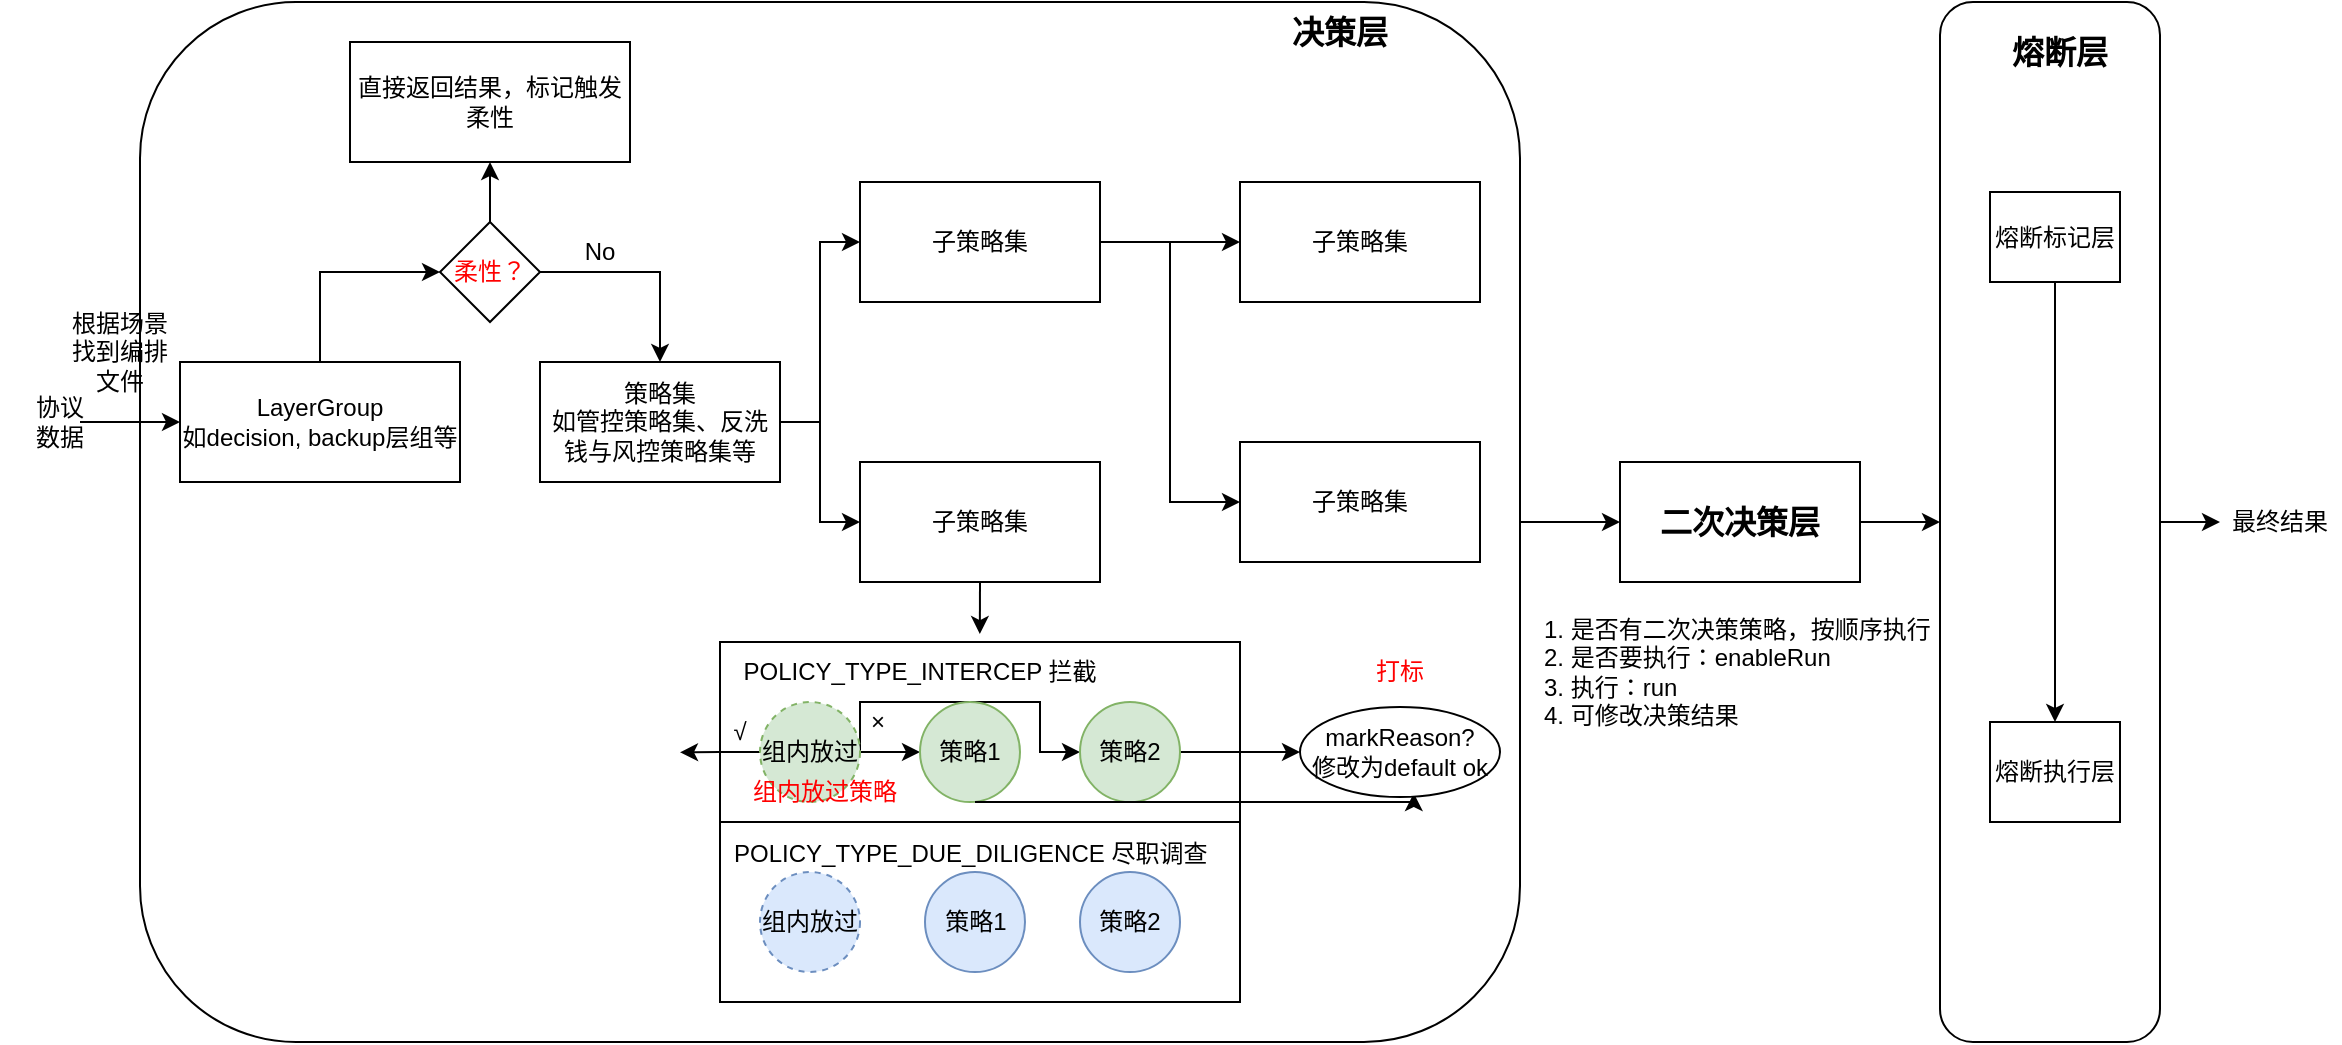
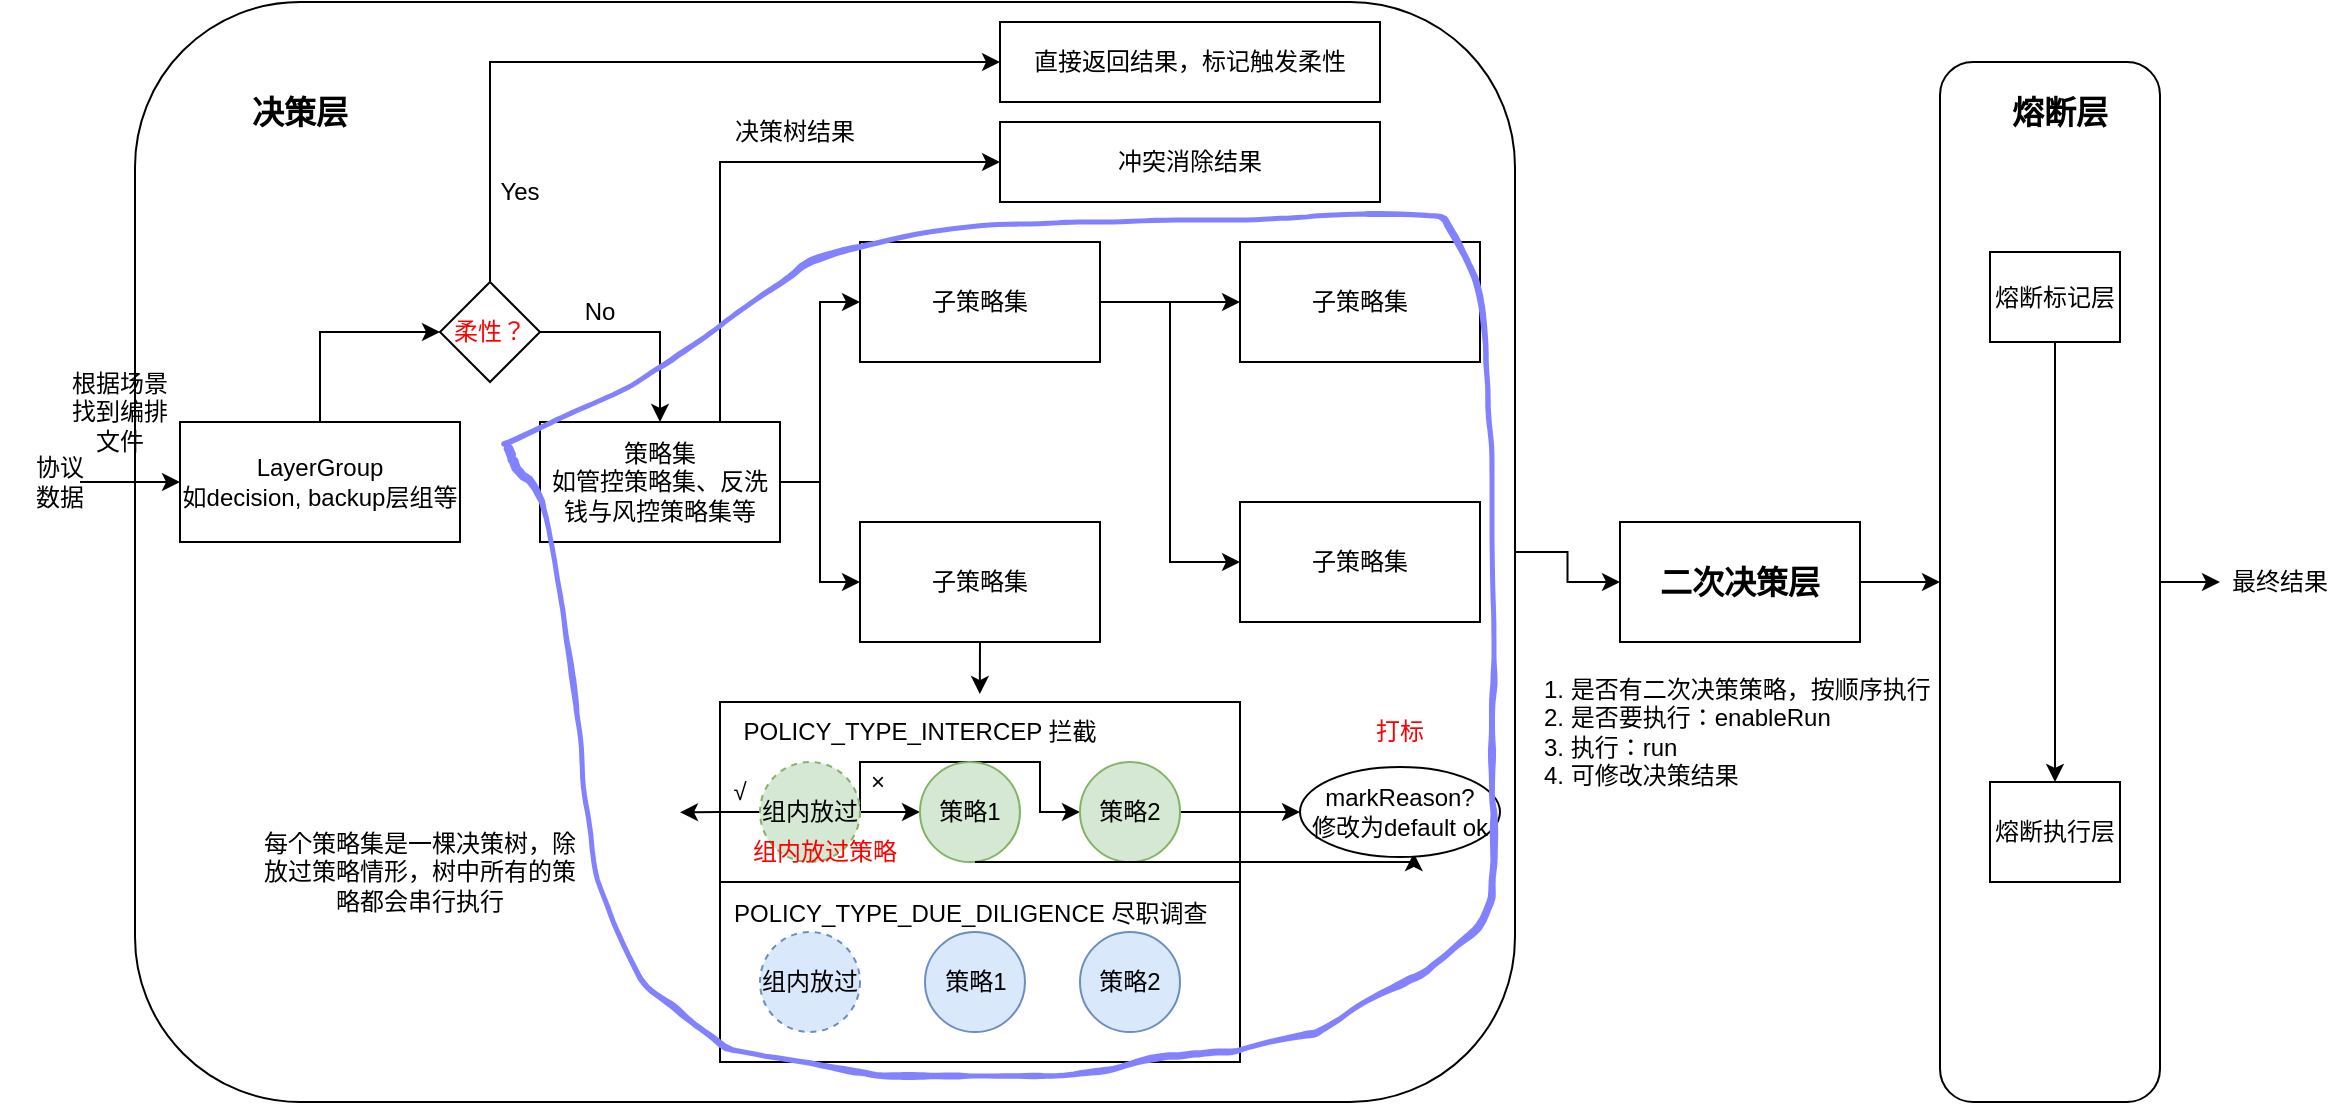
<mxfile host="app.diagrams.net">
  <diagram name="第 1 页" id="sYB70OHxxg49IoIIqcCG">
    <mxGraphModel dx="1994" dy="795" grid="1" gridSize="10" guides="1" tooltips="1" connect="1" arrows="1" fold="1" page="1" pageScale="1" pageWidth="827" pageHeight="1169" math="0" shadow="0">
      <root>
        <mxCell id="0" />
        <mxCell id="1" parent="0" />
        <mxCell id="rwJ8rHHhlLM3E3MmbTW6-72" edge="1" parent="1" source="rwJ8rHHhlLM3E3MmbTW6-60" style="edgeStyle=orthogonalEdgeStyle;rounded=0;orthogonalLoop=1;jettySize=auto;html=1;exitX=1;exitY=0.5;exitDx=0;exitDy=0;entryX=0;entryY=0.5;entryDx=0;entryDy=0;" target="rwJ8rHHhlLM3E3MmbTW6-67">
          <mxGeometry relative="1" as="geometry" />
        </mxCell>
        <mxCell id="rwJ8rHHhlLM3E3MmbTW6-60" parent="1" style="rounded=1;whiteSpace=wrap;html=1;" value="" vertex="1">
          <mxGeometry height="520" width="110" x="890" y="100" as="geometry" />
        </mxCell>
        <mxCell id="rwJ8rHHhlLM3E3MmbTW6-71" edge="1" parent="1" source="rwJ8rHHhlLM3E3MmbTW6-51" style="edgeStyle=orthogonalEdgeStyle;rounded=0;orthogonalLoop=1;jettySize=auto;html=1;exitX=1;exitY=0.5;exitDx=0;exitDy=0;entryX=0;entryY=0.5;entryDx=0;entryDy=0;" target="rwJ8rHHhlLM3E3MmbTW6-53">
          <mxGeometry relative="1" as="geometry" />
        </mxCell>
        <mxCell id="rwJ8rHHhlLM3E3MmbTW6-51" parent="1" style="rounded=1;whiteSpace=wrap;html=1;" value="" vertex="1">
-           <mxGeometry height="520" width="690" x="-10" y="100" as="geometry" />
+           <mxGeometry height="550" width="690" x="-12.5" y="70" as="geometry" />
        </mxCell>
        <mxCell id="rwJ8rHHhlLM3E3MmbTW6-23" parent="1" style="rounded=0;whiteSpace=wrap;html=1;" value="" vertex="1">
          <mxGeometry height="90" width="260" x="280" y="510" as="geometry" />
        </mxCell>
        <mxCell id="rwJ8rHHhlLM3E3MmbTW6-19" parent="1" style="rounded=0;whiteSpace=wrap;html=1;" value="" vertex="1">
          <mxGeometry height="90" width="260" x="280" y="420" as="geometry" />
        </mxCell>
        <mxCell id="rwJ8rHHhlLM3E3MmbTW6-46" edge="1" parent="1" source="rwJ8rHHhlLM3E3MmbTW6-1" style="edgeStyle=orthogonalEdgeStyle;rounded=0;orthogonalLoop=1;jettySize=auto;html=1;exitX=0.5;exitY=0;exitDx=0;exitDy=0;entryX=0;entryY=0.5;entryDx=0;entryDy=0;" target="rwJ8rHHhlLM3E3MmbTW6-45">
          <mxGeometry relative="1" as="geometry" />
        </mxCell>
        <mxCell id="rwJ8rHHhlLM3E3MmbTW6-1" parent="1" style="rounded=0;whiteSpace=wrap;html=1;" value="LayerGroup&lt;div&gt;如decision, backup层组等&lt;/div&gt;" vertex="1">
          <mxGeometry height="60" width="140" x="10" y="280" as="geometry" />
        </mxCell>
        <mxCell id="rwJ8rHHhlLM3E3MmbTW6-5" edge="1" parent="1" source="rwJ8rHHhlLM3E3MmbTW6-2" style="edgeStyle=orthogonalEdgeStyle;rounded=0;orthogonalLoop=1;jettySize=auto;html=1;exitX=1;exitY=0.5;exitDx=0;exitDy=0;entryX=0;entryY=0.5;entryDx=0;entryDy=0;" target="rwJ8rHHhlLM3E3MmbTW6-4">
          <mxGeometry relative="1" as="geometry" />
        </mxCell>
        <mxCell id="rwJ8rHHhlLM3E3MmbTW6-11" edge="1" parent="1" source="rwJ8rHHhlLM3E3MmbTW6-2" style="edgeStyle=orthogonalEdgeStyle;rounded=0;orthogonalLoop=1;jettySize=auto;html=1;exitX=1;exitY=0.5;exitDx=0;exitDy=0;entryX=0;entryY=0.5;entryDx=0;entryDy=0;" target="rwJ8rHHhlLM3E3MmbTW6-6">
+           <mxGeometry relative="1" as="geometry" />
+         </mxCell>
+         <mxCell id="rwJ8rHHhlLM3E3MmbTW6-82" edge="1" parent="1" source="rwJ8rHHhlLM3E3MmbTW6-2" style="edgeStyle=orthogonalEdgeStyle;rounded=0;orthogonalLoop=1;jettySize=auto;html=1;exitX=0.75;exitY=0;exitDx=0;exitDy=0;entryX=0;entryY=0.5;entryDx=0;entryDy=0;" target="rwJ8rHHhlLM3E3MmbTW6-81">
          <mxGeometry relative="1" as="geometry" />
        </mxCell>
        <mxCell id="rwJ8rHHhlLM3E3MmbTW6-2" parent="1" style="rounded=0;whiteSpace=wrap;html=1;" value="策略集&lt;div&gt;如管控策略集、反洗钱与风控策略集等&lt;/div&gt;" vertex="1">
          <mxGeometry height="60" width="120" x="190" y="280" as="geometry" />
        </mxCell>
        <mxCell id="rwJ8rHHhlLM3E3MmbTW6-9" edge="1" parent="1" source="rwJ8rHHhlLM3E3MmbTW6-4" style="edgeStyle=orthogonalEdgeStyle;rounded=0;orthogonalLoop=1;jettySize=auto;html=1;exitX=1;exitY=0.5;exitDx=0;exitDy=0;entryX=0;entryY=0.5;entryDx=0;entryDy=0;" target="rwJ8rHHhlLM3E3MmbTW6-7">
          <mxGeometry relative="1" as="geometry" />
        </mxCell>
        <mxCell id="rwJ8rHHhlLM3E3MmbTW6-10" edge="1" parent="1" source="rwJ8rHHhlLM3E3MmbTW6-4" style="edgeStyle=orthogonalEdgeStyle;rounded=0;orthogonalLoop=1;jettySize=auto;html=1;exitX=1;exitY=0.5;exitDx=0;exitDy=0;entryX=0;entryY=0.5;entryDx=0;entryDy=0;" target="rwJ8rHHhlLM3E3MmbTW6-8">
          <mxGeometry relative="1" as="geometry" />
        </mxCell>
        <mxCell id="rwJ8rHHhlLM3E3MmbTW6-4" parent="1" style="rounded=0;whiteSpace=wrap;html=1;" value="子策略集" vertex="1">
          <mxGeometry height="60" width="120" x="350" y="190" as="geometry" />
        </mxCell>
        <mxCell id="rwJ8rHHhlLM3E3MmbTW6-6" parent="1" style="rounded=0;whiteSpace=wrap;html=1;" value="子策略集" vertex="1">
          <mxGeometry height="60" width="120" x="350" y="330" as="geometry" />
        </mxCell>
        <mxCell id="rwJ8rHHhlLM3E3MmbTW6-7" parent="1" style="rounded=0;whiteSpace=wrap;html=1;" value="子策略集" vertex="1">
          <mxGeometry height="60" width="120" x="540" y="190" as="geometry" />
        </mxCell>
        <mxCell id="rwJ8rHHhlLM3E3MmbTW6-8" parent="1" style="rounded=0;whiteSpace=wrap;html=1;" value="子策略集" vertex="1">
          <mxGeometry height="60" width="120" x="540" y="320" as="geometry" />
        </mxCell>
        <mxCell id="rwJ8rHHhlLM3E3MmbTW6-28" edge="1" parent="1" source="rwJ8rHHhlLM3E3MmbTW6-12" style="edgeStyle=orthogonalEdgeStyle;rounded=0;orthogonalLoop=1;jettySize=auto;html=1;exitX=1;exitY=0.5;exitDx=0;exitDy=0;entryX=0;entryY=0.5;entryDx=0;entryDy=0;" target="rwJ8rHHhlLM3E3MmbTW6-13">
          <mxGeometry relative="1" as="geometry" />
        </mxCell>
        <mxCell id="rwJ8rHHhlLM3E3MmbTW6-29" edge="1" parent="1" source="rwJ8rHHhlLM3E3MmbTW6-12" style="edgeStyle=orthogonalEdgeStyle;rounded=0;orthogonalLoop=1;jettySize=auto;html=1;exitX=1;exitY=0.5;exitDx=0;exitDy=0;entryX=0;entryY=0.5;entryDx=0;entryDy=0;" target="rwJ8rHHhlLM3E3MmbTW6-14">
          <mxGeometry relative="1" as="geometry">
            <Array as="points">
              <mxPoint x="350" y="450" />
              <mxPoint x="440" y="450" />
              <mxPoint x="440" y="475" />
            </Array>
          </mxGeometry>
        </mxCell>
        <mxCell id="rwJ8rHHhlLM3E3MmbTW6-31" edge="1" parent="1" source="rwJ8rHHhlLM3E3MmbTW6-12" style="edgeStyle=orthogonalEdgeStyle;rounded=0;orthogonalLoop=1;jettySize=auto;html=1;exitX=0;exitY=0.5;exitDx=0;exitDy=0;">
          <mxGeometry relative="1" as="geometry">
            <mxPoint x="260" y="475.1836734693877" as="targetPoint" />
          </mxGeometry>
        </mxCell>
        <mxCell id="rwJ8rHHhlLM3E3MmbTW6-12" parent="1" style="ellipse;whiteSpace=wrap;html=1;aspect=fixed;fillColor=#d5e8d4;strokeColor=#82b366;dashed=1;" value="组内放过" vertex="1">
          <mxGeometry height="50" width="50" x="300" y="450" as="geometry" />
        </mxCell>
        <mxCell id="rwJ8rHHhlLM3E3MmbTW6-13" parent="1" style="ellipse;whiteSpace=wrap;html=1;aspect=fixed;fillColor=#d5e8d4;strokeColor=#82b366;" value="策略1" vertex="1">
          <mxGeometry height="50" width="50" x="380" y="450" as="geometry" />
        </mxCell>
        <mxCell id="rwJ8rHHhlLM3E3MmbTW6-34" edge="1" parent="1" source="rwJ8rHHhlLM3E3MmbTW6-14" style="edgeStyle=orthogonalEdgeStyle;rounded=0;orthogonalLoop=1;jettySize=auto;html=1;exitX=1;exitY=0.5;exitDx=0;exitDy=0;entryX=0;entryY=0.5;entryDx=0;entryDy=0;" target="rwJ8rHHhlLM3E3MmbTW6-37">
          <mxGeometry relative="1" as="geometry">
            <mxPoint x="580" y="450" as="targetPoint" />
          </mxGeometry>
        </mxCell>
        <mxCell id="rwJ8rHHhlLM3E3MmbTW6-14" parent="1" style="ellipse;whiteSpace=wrap;html=1;aspect=fixed;fillColor=#d5e8d4;strokeColor=#82b366;" value="策略2" vertex="1">
          <mxGeometry height="50" width="50" x="460" y="450" as="geometry" />
        </mxCell>
        <mxCell id="rwJ8rHHhlLM3E3MmbTW6-16" parent="1" style="ellipse;whiteSpace=wrap;html=1;aspect=fixed;fillColor=#dae8fc;strokeColor=#6c8ebf;dashed=1;" value="组内放过" vertex="1">
          <mxGeometry height="50" width="50" x="300" y="535" as="geometry" />
        </mxCell>
        <mxCell id="rwJ8rHHhlLM3E3MmbTW6-17" parent="1" style="ellipse;whiteSpace=wrap;html=1;aspect=fixed;fillColor=#dae8fc;strokeColor=#6c8ebf;" value="策略1" vertex="1">
          <mxGeometry height="50" width="50" x="382.5" y="535" as="geometry" />
        </mxCell>
        <mxCell id="rwJ8rHHhlLM3E3MmbTW6-18" parent="1" style="ellipse;whiteSpace=wrap;html=1;aspect=fixed;fillColor=#dae8fc;strokeColor=#6c8ebf;" value="策略2" vertex="1">
          <mxGeometry height="50" width="50" x="460" y="535" as="geometry" />
        </mxCell>
        <mxCell id="rwJ8rHHhlLM3E3MmbTW6-20" parent="1" style="text;html=1;whiteSpace=wrap;strokeColor=none;fillColor=none;align=center;verticalAlign=middle;rounded=0;" value="&lt;div style=&quot;color: rgb(252, 252, 250); background-color: rgb(45, 42, 46); font-family: Menlo, Monaco, &amp;quot;Courier New&amp;quot;, monospace; font-size: 21.6px; line-height: 32px; white-space: pre;&quot;&gt;&lt;br&gt;&lt;/div&gt;" vertex="1">
          <mxGeometry height="30" width="60" x="510" y="460" as="geometry" />
        </mxCell>
        <mxCell id="rwJ8rHHhlLM3E3MmbTW6-21" parent="1" style="text;html=1;whiteSpace=wrap;strokeColor=none;fillColor=none;align=center;verticalAlign=middle;rounded=0;" value="&lt;p&gt;POLICY_TYPE_INTERCEP 拦截&lt;/p&gt;" vertex="1">
          <mxGeometry height="30" width="220" x="270" y="420" as="geometry" />
        </mxCell>
        <mxCell id="rwJ8rHHhlLM3E3MmbTW6-38" edge="1" parent="1" source="rwJ8rHHhlLM3E3MmbTW6-24" style="edgeStyle=orthogonalEdgeStyle;rounded=0;orthogonalLoop=1;jettySize=auto;html=1;exitX=0.5;exitY=0;exitDx=0;exitDy=0;entryX=0.569;entryY=0.957;entryDx=0;entryDy=0;entryPerimeter=0;" target="rwJ8rHHhlLM3E3MmbTW6-37">
          <mxGeometry relative="1" as="geometry">
            <Array as="points">
              <mxPoint x="627" y="500" />
            </Array>
          </mxGeometry>
        </mxCell>
        <mxCell id="rwJ8rHHhlLM3E3MmbTW6-24" parent="1" style="text;whiteSpace=wrap;html=1;" value="&lt;p&gt;POLICY_TYPE_DUE_DILIGENCE 尽职调查&lt;/p&gt;" vertex="1">
          <mxGeometry height="60" width="245" x="285" y="500" as="geometry" />
        </mxCell>
        <mxCell id="rwJ8rHHhlLM3E3MmbTW6-27" edge="1" parent="1" source="rwJ8rHHhlLM3E3MmbTW6-6" style="edgeStyle=orthogonalEdgeStyle;rounded=0;orthogonalLoop=1;jettySize=auto;html=1;exitX=0.5;exitY=1;exitDx=0;exitDy=0;entryX=0.636;entryY=-0.133;entryDx=0;entryDy=0;entryPerimeter=0;" target="rwJ8rHHhlLM3E3MmbTW6-21">
          <mxGeometry relative="1" as="geometry" />
        </mxCell>
        <mxCell id="rwJ8rHHhlLM3E3MmbTW6-32" parent="1" style="text;html=1;whiteSpace=wrap;strokeColor=none;fillColor=none;align=center;verticalAlign=middle;rounded=0;" value="×" vertex="1">
          <mxGeometry height="30" width="60" x="329" y="445" as="geometry" />
        </mxCell>
        <mxCell id="rwJ8rHHhlLM3E3MmbTW6-33" parent="1" style="text;html=1;whiteSpace=wrap;strokeColor=none;fillColor=none;align=center;verticalAlign=middle;rounded=0;" value="√" vertex="1">
          <mxGeometry height="30" width="60" x="260" y="450" as="geometry" />
        </mxCell>
        <mxCell id="rwJ8rHHhlLM3E3MmbTW6-37" parent="1" style="ellipse;whiteSpace=wrap;html=1;" value="markReason?&lt;div&gt;修改为default ok&lt;/div&gt;" vertex="1">
          <mxGeometry height="45" width="100" x="570" y="452.5" as="geometry" />
        </mxCell>
        <mxCell id="rwJ8rHHhlLM3E3MmbTW6-39" parent="1" style="text;html=1;whiteSpace=wrap;strokeColor=none;fillColor=none;align=center;verticalAlign=middle;rounded=0;" value="&lt;font style=&quot;color: rgb(255, 0, 0);&quot;&gt;打标&lt;/font&gt;" vertex="1">
          <mxGeometry height="30" width="60" x="590" y="420" as="geometry" />
        </mxCell>
        <mxCell id="rwJ8rHHhlLM3E3MmbTW6-40" parent="1" style="text;html=1;whiteSpace=wrap;strokeColor=none;fillColor=none;align=center;verticalAlign=middle;rounded=0;" value="&lt;font style=&quot;color: rgb(255, 0, 0);&quot;&gt;组内放过策略&lt;/font&gt;" vertex="1">
          <mxGeometry height="30" width="75" x="295" y="480" as="geometry" />
        </mxCell>
        <mxCell id="rwJ8rHHhlLM3E3MmbTW6-47" edge="1" parent="1" source="rwJ8rHHhlLM3E3MmbTW6-45" style="edgeStyle=orthogonalEdgeStyle;rounded=0;orthogonalLoop=1;jettySize=auto;html=1;exitX=1;exitY=0.5;exitDx=0;exitDy=0;" target="rwJ8rHHhlLM3E3MmbTW6-2">
          <mxGeometry relative="1" as="geometry" />
        </mxCell>
-         <mxCell id="rwJ8rHHhlLM3E3MmbTW6-50" edge="1" parent="1" source="rwJ8rHHhlLM3E3MmbTW6-45" style="edgeStyle=orthogonalEdgeStyle;rounded=0;orthogonalLoop=1;jettySize=auto;html=1;exitX=0.5;exitY=0;exitDx=0;exitDy=0;entryX=0.5;entryY=1;entryDx=0;entryDy=0;" target="rwJ8rHHhlLM3E3MmbTW6-49">
+         <mxCell id="rwJ8rHHhlLM3E3MmbTW6-50" edge="1" parent="1" source="rwJ8rHHhlLM3E3MmbTW6-45" style="edgeStyle=orthogonalEdgeStyle;rounded=0;orthogonalLoop=1;jettySize=auto;html=1;exitX=0.5;exitY=0;exitDx=0;exitDy=0;entryX=0;entryY=0.5;entryDx=0;entryDy=0;" target="rwJ8rHHhlLM3E3MmbTW6-49">
          <mxGeometry relative="1" as="geometry" />
        </mxCell>
        <mxCell id="rwJ8rHHhlLM3E3MmbTW6-45" parent="1" style="rhombus;whiteSpace=wrap;html=1;" value="&lt;font style=&quot;color: rgb(255, 0, 0);&quot;&gt;柔性？&lt;/font&gt;" vertex="1">
          <mxGeometry height="50" width="50" x="140" y="210" as="geometry" />
        </mxCell>
        <mxCell id="rwJ8rHHhlLM3E3MmbTW6-48" parent="1" style="text;html=1;whiteSpace=wrap;strokeColor=none;fillColor=none;align=center;verticalAlign=middle;rounded=0;" value="No" vertex="1">
          <mxGeometry height="30" width="60" x="190" y="210" as="geometry" />
        </mxCell>
        <mxCell id="rwJ8rHHhlLM3E3MmbTW6-49" parent="1" style="rounded=0;whiteSpace=wrap;html=1;" value="直接返回结果，标记触发柔性" vertex="1">
-           <mxGeometry height="60" width="140" x="95" y="120" as="geometry" />
+           <mxGeometry height="40" width="190" x="420" y="80" as="geometry" />
        </mxCell>
        <mxCell id="rwJ8rHHhlLM3E3MmbTW6-52" parent="1" style="text;html=1;whiteSpace=wrap;strokeColor=none;fillColor=none;align=center;verticalAlign=middle;rounded=0;fontSize=16;fontStyle=1" value="决策层" vertex="1">
-           <mxGeometry height="30" width="60" x="560" y="100" as="geometry" />
+           <mxGeometry height="30" width="60" x="40" y="110" as="geometry" />
        </mxCell>
        <mxCell id="rwJ8rHHhlLM3E3MmbTW6-53" parent="1" style="rounded=0;whiteSpace=wrap;html=1;" value="&lt;b&gt;&lt;font style=&quot;font-size: 16px;&quot;&gt;二次决策层&lt;/font&gt;&lt;/b&gt;" vertex="1">
          <mxGeometry height="60" width="120" x="730" y="330" as="geometry" />
        </mxCell>
        <mxCell id="rwJ8rHHhlLM3E3MmbTW6-56" parent="1" style="text;html=1;whiteSpace=wrap;strokeColor=none;fillColor=none;align=left;verticalAlign=middle;rounded=0;" value="1. 是否有二次决策策略，&lt;span style=&quot;background-color: transparent; color: light-dark(rgb(0, 0, 0), rgb(255, 255, 255));&quot;&gt;按顺序执行&lt;/span&gt;&lt;div&gt;2. 是否要执行：&lt;span style=&quot;background-color: transparent; color: light-dark(rgb(0, 0, 0), rgb(255, 255, 255));&quot;&gt;enableRun&lt;/span&gt;&lt;/div&gt;&lt;div style=&quot;&quot;&gt;3. 执行：&lt;span style=&quot;background-color: transparent; color: light-dark(rgb(0, 0, 0), rgb(255, 255, 255));&quot;&gt;run&lt;/span&gt;&lt;/div&gt;&lt;div&gt;&lt;span style=&quot;background-color: transparent; color: light-dark(rgb(0, 0, 0), rgb(255, 255, 255));&quot;&gt;4. 可修改决策结果&lt;/span&gt;&lt;/div&gt;" vertex="1">
          <mxGeometry height="60" width="200" x="690" y="405" as="geometry" />
        </mxCell>
        <mxCell id="rwJ8rHHhlLM3E3MmbTW6-64" edge="1" parent="1" source="rwJ8rHHhlLM3E3MmbTW6-58" style="edgeStyle=orthogonalEdgeStyle;rounded=0;orthogonalLoop=1;jettySize=auto;html=1;exitX=0.5;exitY=1;exitDx=0;exitDy=0;entryX=0.5;entryY=0;entryDx=0;entryDy=0;" target="rwJ8rHHhlLM3E3MmbTW6-61">
          <mxGeometry relative="1" as="geometry" />
        </mxCell>
        <mxCell id="rwJ8rHHhlLM3E3MmbTW6-58" parent="1" style="rounded=0;whiteSpace=wrap;html=1;" value="熔断标记层" vertex="1">
          <mxGeometry height="45" width="65" x="915" y="195" as="geometry" />
        </mxCell>
        <mxCell id="rwJ8rHHhlLM3E3MmbTW6-61" parent="1" style="rounded=0;whiteSpace=wrap;html=1;" value="熔断执行层" vertex="1">
          <mxGeometry height="50" width="65" x="915" y="460" as="geometry" />
        </mxCell>
        <mxCell id="rwJ8rHHhlLM3E3MmbTW6-62" parent="1" style="text;html=1;whiteSpace=wrap;strokeColor=none;fillColor=none;align=center;verticalAlign=middle;rounded=0;fontSize=16;fontStyle=1" value="熔断层" vertex="1">
          <mxGeometry height="30" width="60" x="920" y="110" as="geometry" />
        </mxCell>
        <mxCell id="rwJ8rHHhlLM3E3MmbTW6-67" parent="1" style="text;html=1;whiteSpace=wrap;strokeColor=none;fillColor=none;align=center;verticalAlign=middle;rounded=0;" value="最终结果" vertex="1">
          <mxGeometry height="30" width="60" x="1030" y="345" as="geometry" />
        </mxCell>
        <mxCell id="rwJ8rHHhlLM3E3MmbTW6-70" edge="1" parent="1" source="rwJ8rHHhlLM3E3MmbTW6-53" style="edgeStyle=orthogonalEdgeStyle;rounded=0;orthogonalLoop=1;jettySize=auto;html=1;exitX=1;exitY=0.5;exitDx=0;exitDy=0;entryX=0;entryY=0.5;entryDx=0;entryDy=0;" target="rwJ8rHHhlLM3E3MmbTW6-60">
          <mxGeometry relative="1" as="geometry">
            <Array as="points">
              <mxPoint x="880" y="360" />
              <mxPoint x="880" y="360" />
            </Array>
          </mxGeometry>
        </mxCell>
        <mxCell id="rwJ8rHHhlLM3E3MmbTW6-73" edge="1" parent="1" style="endArrow=classic;html=1;rounded=0;entryX=0;entryY=0.5;entryDx=0;entryDy=0;" target="rwJ8rHHhlLM3E3MmbTW6-1" value="">
          <mxGeometry height="50" relative="1" width="50" as="geometry">
            <mxPoint x="-40" y="310" as="sourcePoint" />
            <mxPoint x="-30" y="340" as="targetPoint" />
          </mxGeometry>
        </mxCell>
        <mxCell id="rwJ8rHHhlLM3E3MmbTW6-74" parent="1" style="text;html=1;whiteSpace=wrap;strokeColor=none;fillColor=none;align=center;verticalAlign=middle;rounded=0;" value="协议&lt;div&gt;数据&lt;/div&gt;" vertex="1">
          <mxGeometry height="30" width="60" x="-80" y="295" as="geometry" />
        </mxCell>
        <mxCell id="rwJ8rHHhlLM3E3MmbTW6-75" parent="1" style="text;html=1;whiteSpace=wrap;strokeColor=none;fillColor=none;align=center;verticalAlign=middle;rounded=0;" value="根据场景找到编排文件" vertex="1">
          <mxGeometry height="30" width="60" x="-50" y="260" as="geometry" />
        </mxCell>
+         <mxCell id="rwJ8rHHhlLM3E3MmbTW6-81" parent="1" style="rounded=0;whiteSpace=wrap;html=1;" value="冲突消除结果" vertex="1">
+           <mxGeometry height="40" width="190" x="420" y="130" as="geometry" />
+         </mxCell>
+         <mxCell id="rwJ8rHHhlLM3E3MmbTW6-83" parent="1" style="text;html=1;whiteSpace=wrap;strokeColor=none;fillColor=none;align=center;verticalAlign=middle;rounded=0;" value="Yes" vertex="1">
+           <mxGeometry height="30" width="60" x="150" y="150" as="geometry" />
+         </mxCell>
+         <mxCell id="rwJ8rHHhlLM3E3MmbTW6-90" parent="1" style="shape=stencil(lZ3JkiQ3kkS/htcQ7Mt5lv+gSFc3Kd3DopDsWf5+gOFERqYq8qHqxsUsw90BGGxRU/sh/8vvP/3465cfUvj9j9++/v3Lf/38lz9++iH/6w8p/fzLT19++/mP9U8/5H/7If/LX7/+9uVvv3395y9/+fPff/1xS+5/+o+v/7n/wn//qRceMW2lFP7nz/+Q2qP2//sv//6n/D9+/uWDfIsqn0E+PkJR+VhJvoyP8vUxE8nPpvINnic9SlX5PD+Xz4+QVD7C8+Tn13uTL48RP5cvj9hUvqJ8ryof4fnX28n3zI8Bz98eYap8ge/Znn/tnXwYn8v3R5X3TY8Gzz8eOap8hueftt/WDoHnn48+VL7C88TwqEEVEm3Q+NzvbwrhMQMqjKAKtYDC+iJNFfCR0vNIPRXifAxYtLj2QFaFSr+QH7OoQsygUPRcxvHorDCmKtBBjuskFFUI9Fnro3/8rLE/D99ZYVm2ogqFPmt7fsR3CpEVdOEaL1x/pK4K/38AP1PoQRVwL43nE78pVH6k8bTP7xTI4q2dk4IqkAleCv2jzVibhfbS67i8U8iwNZaCWI214QfdOtE23zpS8NJLQbd3wntwX2xFFQor6BFNjwB2aV8EohBxLy2FOVSBjMC6yoq89PrQ9A7ladvfKdDtsK7D8nEvTbwdlrws9Hw0MAHJTMDkjbROYxZ5sklLXtydZSVJvuvVMHhT9Oefe8lH+vtD3YX+GLQlhn7/5Q+Asdivl0Q+07FZny+KPH7PZVs+rm97Lvhn8i2LPF06e3tFkSfvKC9L9HG9Knpr2dzxit77kpdDX3F/5qj3R0Vvc8k3ff4AJ37Jz4/7p6BvlJPun/K8pD+TH13kG+yfnB85i3yhv58fXf8+2Z/85qy/5BO9b3mam5d8oOepj/RxP7w5Yp/JjyryFK3kpvstPw/EWb6rRX/zJM/y43krvuTJIcpT5dPzwJ2jp+DyDb5niU9z+ZKn5y9JHeX0SCSf/XkC3C9lbS9xk/G8lLUf5M5+btizvLuweN+VruFWxFBlyeuFjfdRGebwor0qU8/7mwE7R8fheV29k4e/X6M/D61vdScLvenqLhNH90Xvl4j3da3mGj8v8LO8Ryhoz2tX+xOfF/Jn8vb85IPWofYnPC+Qs7zd71d52Z8s34IGMxf5+EyWfaN80vs3PB3As3x+pKny8P1bebovL3ny31p9umvv5GG9WvPvQ/5V6xpzB7RXbeh5D+gPNPPHWL6HZyz7jfJR03MX+fSo3yVv/slFvqh/fpX/vveth/UF+9At3lkHiLKFXdOXSx7sZ7dsREB/eMlPfZ4K912fvv8r7P8R9P4NzzzXZ/JD16vQ31/XcxB5io9G0vR0wPtrZPU/wyPC9xxF48clT89Tn9vlJU/30Wjq/yx5ep6m911A/2p0TdYGvL+WfNX1ovtrjEfW9Qqwn8d0+0/37wx+Xuj7zKj+asAMzUx+X5B/MrN/zwTff8l3/T7kv82DfUv0PG/h3LvzwvJ2HinemdX9Z/z+lo+KGJ8u+SblGTyPS17ux4QZ6dme4eW7eAr285IX/yo/N+Bn8tXiU/qeTe3JW4rwM3nxnzn/MLveFxXt+ZIX+1P5+bu+b3sagM/k5T5tzwPxmfz4eH7XC7H81Hwdvu/Q8nBH/3PJp4/Pw/nGJZ9VnooHS75YfpXlLb+K+3nofRoDBvxbwVLWWG8c6iHuLDp/IikH7jw9v7PkdJYCBfFLYcov5Gca8lMFq2ZQcWIrSFhb0C+bU8vusWJgPq3uuxRwpefTEXhTaFiGOih0jLW3wlCFTsZrPn2lN4XBp3MqeGDXymi3eiltYn5wTj3P2+GlzTfV4b1kMLZCVQUKEQ8Kie9wywFsiAKvdE6qQJiSrWAgjkwnblqa8HJPTc2j7soUnbipgeW+efiziuXbpRMyAvMZib1ToPL4tNrJvhy+T2HeTpwrUFnWFXZB5bt+IUcsEBwU0nUdRCE/d9e3KlSMAQ8KHSE4W+Hj9i6B74epXnxZbiSvtFyKpdyMQJc6SrtZPsEplX4z96ow2DWf6oqVeTOVolAvvoYrRIyut0JRhYshk3R4TddfGKpwOQ+SgKv5ZvkkQ7MULkdUS5zldh70ka6bT4KqWjlKnc+i2juFwe8gYU9tHLcZ5KV2Djyn+q31bgRkpcfVzJgC5aIPCvNqW6cqYHRidqkFLCdthaQKg7+SGLLGBaut0FWBMq5u+VrCEuk0hGNLt0tRHyljEnIrCCiCq9S+W5cChrm20q0i6tj3UmtXb6arQr/sVlHoDEz1zfcWvH+q8NEYt3GLgcTMtOuVpeiUyekks61tYv5+TsUrdU4Ib4WhCpjxmZbRuMBrw1uK9k2Dz+hJg6Fyh4e6xij62gmBP9MKlbs0dHmkpgpUutsKH01ZZ2yLb45dTbpc7QLWYjSSuyf9Db/yjSeit2fC6RvP3FK4fCUx+L1jhd+v9t4RcH74hXGLqPUdxs1j0keat0MqVbA+b6GfoLtHQAjvjqiDKlzcdQFW7VLaJen18QCN+MwtfppWi6qA96hhFUa6pdWkOLHLdZdsqylg+rTrARqZz0PXNMJgwNdOqNsvYOjX9FocFzPTNMM0Ls5DtYWrWGTcRZmiCuh912fS/Z0CWm/r4hmNL96idaKlgNdi0XzoLoVypU6cuNE5zZy1FDIutYSstbpxyYcmW7iB1dKZ7AANvhSjGYHBeelohmwgYHK+Id7fKRDiZwZN9+8aMP1C0BLHUkDfOGiNcinQSw8z92PiSw+zrfs3L2XxrArUHrF3TlQFCpuG2aW1MrS913GRLNlee3qHpkZgMtZyGJZq7V9qjRxmZpYCoS2XYZQYZTI8dimkj0d0HVqq14+seMilUBlQIv1/k93QkTXd/zJtZ4WkCaOlQNfuSJrenIVBOkmv3Zc9PyuYmZkFi4Qb1iNbozKOJirucjJQf3tHRRUQCRS0KLIU6J7uVlDY9yphw4amNyc3MyyFYC9N67Bdc/sFKt8v57/IwjXEx6x4RFzppUAhTa9a85sND9CKqQRxNDlR0YvW/JYC+a07LhyqQFfWjjzlkTp/paTh8eS+xx09V1OgR4oaWt4Viv0CXbv9DQj9XoGhpM1+gRKo3U9cx4u9BzsPHW/RZlmyrQBnein4OlCKtlk/1uSySxsaDmwFRgBHeyRq6dhZN/uslMNaCoo5uSoE+6yo0KzLsOOZbk1ZEmZn3HO1e7pjpLiB3nZEyVQuBb2nO0PbDVq3wlkqWThWfQ60Gi0rEGbDjWh7Z0UK7JCc4fnqhg7efMm+0sAcWYuHd5j00tEQTxOj3aUgkL/JIJL2xkbwToHQDktBQHY7H0RdHpYqfyWQPlNQ92diLLr7SOyRyJWu1uj6AkycFazz7VXEOCs0u3YnnumlINjgyWFZNfDoq0D8mYLa1ontIbWcfoH6r4oFfhMLbEsh2NagkGZXi+2zElZtKai/dFFICoSZDDLcTWR2gMgY7zK/HVH8rMHa3HnhytRc5U3BYIxbgTsF1ee7KmT/SqTQtCx/e4emzZeXhSv1sHAEnytVcV6TK9RLQf2li4JRJtweKWtZ57K9i3G/XE7cUgj+legXPACfmDNeCtmPKBygEg+2lZyTpSC/8K4IeNYIame+QUM5QS4a2Wp4l9fIU9t97grKX8FfNr+Vlr5xwy4FTWLxdsrd0mRsB5aChtR8keamqe8X4u0zBTccVMPL1cJR5k/KJ8NBnmguFkKwU5aLEmtd3L6cLZk4sZcqJ7M0A2+tnOxuHwhcdzaL7eAzfcewX6C6SxqnMIgJVzRj1JmhpSnDwOzMqlMPv4AcM8WOaMc88+7JsV8gwPQmdfCMEWzvzeqQVAH5k5K5Gw3P9O5zsrwa8gJ6xqgx1Uy0THZFU/lqzX+f36R1CBYGVWbjCZbfZOKraGCyycD1OLW/cGfj+RfUockYBm3aN1OgnFS0qvmuWbCClORmwjMduzmWCSvOS0EjgoTxa7S20xnxno5NMR5LgerysZnLxMwV0armuzJJNG3V0pXcu7wZ/KxKSOXdaM2bgxHWS0E8gaWAzHFZb9ExsN88ZjXGo6PruhQk2zLYtsak2ZZReR3sFh0FcyHRKFcHk+5EyxgNZq2JwbAF3BYbwwkvRLSFQSPkPhmdrMnHPrgLT0OU3rnury/Q+c6dWnjdpSeUjwL/49LX1CXr3HBkDXu7jETlcvuemUvT1reauISqmOQe0cMYtl6RG/8V59QDXrVDvbbG3vPQvO/G8uL3FAdpo4upTK7XbGOgY9cieatc7tIW0QvEu2vaujF9ZTfoMoMnukHOAyKuuvrAlQPhrla3TsReW42oDkwPGy/jZkJC2mSxD5ULb133W73UcDXpuZmf8HnEl60MYOuaPq+ViWK0uloZbdA0ZHkxY30mn1T+QnPdVJ6u7aaOdc14CVsKoiYut1mvTMIuQePtq9xmYjw9lYnFmt53OwVNZSrjWZwYnjWNbHYCGv+++PilY6mj6X7b2WQqK6j9LJXLEJp42JleyuBrIaUUBGJVDUYL9+xUvb9Kwrp81fChcLxRjecyINazqn0oTFxT1D95MUF+Ii8J4Dywf9oAupnJwi3HkjsG0kXvl82sifJS0FnymFw2XhYec1DUnufCxRb1N3Y+kfLEam9z5ryyBmKZxxBkBZsteQLMZc2954T3XVZ7suQJ0Wq8jzmiPUl63nNEsJwhnZc8RbZJ46PMRIJGP56ZiC8eGunJP4mK5VjyPBYkCI8Rd5wEtc+J0+FB45E0MRdhYK7E9iQYu8JALFdQoNX2YGG/BeO44NEDwUg0OIlsvNSJ8XSGXbuwSVjBentouF7Cq5R4EEJQ+/zy6D6Rl/za9e8rz1bDnGKwsTWdUyg2huYyKUL9mcTdqVHteeL4wiovibvYgsaDiSFxljFKXEbxsURMRhJszBAj7oxXbz8/2Oeg/tL+Pmgf/HzRfXqSp/g0aPx4IQoLylObGt7XQfOgWx7/vtTV7ucxfZ/8sPNO+YfTfqb47nvl4+H7Y5eyre9A/z+aPRxYWzKe/sQowWhjkhiRl8xeTS6D6n20/AFqz0nm7wW8360WnZnI0UBgmfOH2fxz7hbKWiHKEdtgsoKWM4/Bsva/PQmBcEQ2N4AbQ4vat5zxfiya71rxAlGmFLUnueD+KbYfmASpaGk185i5ov7hir/ovivm/3fM91Yll8sdO4SqQmozA4+rxYPsD1f1zwvX5qrC0Ha8T9BSXa8SMf6qav8LV1Sr5utKRv+2adGs8Fi9ppXFF3Lvs/xVVXkCPBjPcWlMhK7xYOHe2qbAsMLj1prloxjx1E7cVpyPNaYqri8EkydYQdf4vSasp3TNX1Umzek2t4fnezmPLA9q6Xoea8F8jtcjmIujqz9cmW+z61yIymM3bexjbZif6Wof6qUtTvMPtWF+w+tB3CrVLd/O7TBd84d1YD20G1Pb5H41Oy8MmR0aDzbOxw61by1e6rOSX2pMHD3Uv9r1RPz7yeqVFP/a2NDWLvVWred2bnzWevGu51KDrhGJMdOScfj2CzG+sfvwIJWp+bQemdhM7eeu14M/YHQsPTNfhfonG29AbCzqT3buqJ7qT/bKdHcan27iIKJi0XxF70xraFxJTL8XgwE+LuNOg94Am9SHMkbBRv8Fno9qOakRGEdnQzBHxKJZjIr6GEwWGZOG2YMHeS4F8VNGRa6kmG2gYsOL9QApu0yRtZEGmx2DUunODTOw1rmnocrCTQzGovPbcLV2T3QVqCvPrYhN458NHgT78hpj+06BLrToTbmRKw5G3b8UEEfXDVzOTNZxGCCYCUCi3VIbV3oB09ovEEwmGu5rs/YwIFibEDnQik4LkTFyfU1IeadAUJYUDBBc8AB5Mv7C55GidYRXRtRHDUc39JvKezamfjZch5Ssq72hA7MrmsYjQRn/lO1MN4avF2NIaLzSlpSZTL6XqvU6M8rJw+TZcf6mxzkXDobk/VCXdo5pDd4drUa2Us3kVNFuq5Ejyr5qzrZw7GvsKahNFWh7Z7uyJlMU5hNZAOUrcjXrPTABuvN/9g4U4e0EoDWyYYq4GeXORJqUbEmIySDE7H0Hk8fReivERFN5bPej83BsKMS+tFPLIo4oPjVF4oxQ67vcCpTrttbOm4J1j94VvD8V3+HUAYt4o1OPLRUYj128iLA69QnjbNdTJzL+wqnXGUFNp25qfOlT2yVt72NHOD7SqXUUJwqfutoJCXXsmycn8diZT9iRY+8/KpzYBUjhyF9AL31kSCBv5sjBgAWFE8sDLdyRR4K295Gp4qJwWDg4cbVYi9ZEztsjnwd+pRNjCK5DPb00/YLRv95e+nTtkm3dmWAzAoi9HQdTSRd7Pd2iWF2zQU+vEVyfKSjZGPdet2BN80xs2jzKGhg0tXjq7qZHstnrk3sqdora/FYC3ezJCd/l6DaDHVxc6ZYPC4d1QqPhvYQDrVgAzkjBPWrBFMgI7Ez7dzWcN/e9ufi9FJT5kUnUm9+iHeGvzSkeeD7KkcONsqFHljhKeTVPF10UrCazFeilh11ZDKpcCuqRMYqrGU37jtjpF6yPcivAO3QDql5yAt2QZZspgEhBg6W8eOZmd7vE2P0DGWXDuRwHusvG3WTp8A74CzZHfCvQOlga+5L98cnjk0cYdffuG4Y0rw7WdwrYg1btUqyYOdk1n6kKhGrpzjJd8Qbq1od5Y9V137sikHNPLJfNx51xe2R5UgUq9Y1gFwoP9xzRvPuCW2MpKCdEQd97GPxwcjlxKajPx0nmkbSGMjMasl25MgVKeQ2rNE1u6VoK/kiXYe16x3GT7ijG85LQzCwFpR1NvA42D3tGrGUNJzblMR7DU8CXzvBmUVbA+2GPQTAye0oiDKOwHZPpwa0bfkxeByuX74ofcaLbXL/B2dBpgPrbJIWgGd1xmScX1RMYg2fVR5sswtxNh2kQ1wEVgjJZCjhwK9kkBSZcnkmzP6PznMusQN5dn+a5HzrshImSphe0L5Nli3IZLAWcLOI8L5UHMpbDhBec5VNtBAbz60+rNI3C+BFLDA4GPG9nx7AOOMCo2aAQhhxOw0DuO4mnBUn8cJtH1O1MJx5VNfQGGhGrNDvctqlNhKvbBM5GPUNMMtNyMyPwmR5a/Noe1GW2uQwlY+7hadmffpkh4+ir6wQwsRqdqbWnzQXv/TvngnduYJsGLFjeOPne06Z293ZbB8WQ1dt8dgkHer3N3JNI8T4RT/Ia95l74i/dp/rpO1znBkrn230yoRiy++xDXYfrdEVVuA5Z1UfiGZGHl75OodR1uM65dAKhywjUA+PQZR1kBOq4zeqUwlG7TM+aBrLtbL2N5eo+M1UVrlNZ0/fOfRUzc58sq0xO19m1KanC5ZHEet/n70oz0H3Cr2R07zOE9ZGuU4rlQrnPQZb74T5pWTou7rOcZaXv06JlL93nUavCdeK1K1xmaqsCt1EfFSja9RO3J4/zlSXXbr3folUVbobMel8I++Om8j4BXpzE+4x5pTu6TrHX/pp020uCLloKt5ms8tKR47h5onjidVCFcNsaolCYr9PfoTD95rTkZuHxQi8oxJtCu83UlvC4lNv2Fk+gJB6Aat5MucYPkrvP3DtwUODm2INC5u4HV0icE3CFeDsPqhBuR1QZSHhmxlGBKM8OCoM5O61attvELr6GsU7g5FoLy1704t/oCexO24tzElWBCqkvZMObAjNF+WDmTQZF7s8wrp+LMR5KZpkuEYorMLL/qHBJhKhCwIrfRmfIuAnOGU9jXI2cAp5D83yRQb0vRO6bwoUjdyi6KHY+ca7QmLXXxjxFpumbxhu7FNAYD0WExHJLFwmMPmZ2Q4e6DrsHiX9B3J+YOGgaegMthcs66HSUyDPsrX0zMgH0tNaYeJn/PpTgODJhwQbNSx2If8BGp082MtYBPNj36VqcHrwGVmXq3JBpHeSX0LtbQIa1wWkMr9ywPa3jv/H7Nq15VX7fpjiQy0F2RlIOMpp2VTBhhE+hz+ye23TozGPAjbEjcaqx6oFJ/PdtwExk17zo81+iC5sEF9hdK/r8XJV9jZ14yaP/aIyPlzJA0nRb4FpJ1FTvxcAZI1dARPSwdEfgodZm05nAcXQ9X0z4O2zExeX5m2I+wq2un3U/kOc7bFIzB7OjaJnn8n1sXFJAV2WX1vR70n0xjHEzIAht92YnkadyyjCGucC4O+vrDFi+7Oa1c76vG2NEQE+ud43Dww3rpX4Z+g/dgOvs0XRjII6M2zL83EXeEH0X+aQMFhf5qP7MRT583/u2qSDJiPmuNhQZcZHv6j9c5JueX76/fGAyt5c3a4GM2Inasvnc2JSwJw3r96dizs7P6/siyDv498Guiqlh/VXen5/kh/YYXeS777eLfEoqz30qVc8jpT1e8xBe8theVNR+RqxQerNQRP+8GoN1RDxXjXq/XAjdjDGXQ8hiE3vY/yzDn58qJUs+6Pmi3Fzp6v9HJkBslmljAveq/ltC+1NsOnpC+7DbNdX/pyLj5tuTXCSub7GpUgnz5sUAhJzEy1ZRydhjkodm/jP653vsqDBQYjyVm6INucqbDSDGA5ZeKfuXPPmfPhC0YEIxW29gwf2/+fv1eQhSkbMVtLCfJlv/ceXxpNaaVRENl5NWqCsPADB/uyIMZsnb38eBB+afN/Qflrzsz8aN+NZIwwN+0tSWEm7USVPj/Y75hMPEM6Yf8YlkmJ9JQ/0TZsnYjHEfv//A9Hjq2ivFBH/JxhgP5jbxVhIe8NCM6gf3vzOMTiwivrbvSx6/p+WvIpc1k7UORy6BbIMmKd/IY2qL/ULEHMFO0VnamroRfK5tTGjVN491VgVchqSI2ZiZwSZqTX0zktFXCuaoF56RbM36uwTCnFFS7Ir1RjIlvs1SwOkiHhxWRKbFYb/A9EnRGrciE0JHYxJaCtRREQ2uHTtapGg9rvs36R0s5R075myi+SzruyFrfLWXHjxfuJpXPZgXsShGPXIrvc+EjcwfsI6LBvaTB7DaiNd1Qqg0sEe8WvGXYrNlhbTizcm2paDBROQZyUE/a7rg7A8Fb0TY6u2W3qgbz+lIRWhty4l8upLt3+HE9/BPJ26maOrdbZACzjeTg/C6jM7hkEa7e2IYLFix+RKF6a5snkbFtgjjMXgxvp8vBds/3MKT9OJMjScEH+b5EMNSVABr4vZlI0NNzL/u85QaukdBs9nX+Sr6/a/yNh+JUAZB3Yrr/KJg34fnvSgK6Da/Jdj3IaN7kiccU7B5RwwsPz0/lW+D8pkm7q8/fX+ep+TnhdJzd/n1D7/++MdPf/7LX3/+xz9+/+O3r3//8v7///Xrb1/+9tvXf/7yl7f/9PtPP/76Zf3b/wI=);lineShape=1;strokeColor=#8282FF;" value="" vertex="1">
+           <mxGeometry height="433.48749831952443" width="497.50729688291494" x="171.08444182048606" y="174.9626792952041" as="geometry" />
+         </mxCell>
+         <mxCell id="rwJ8rHHhlLM3E3MmbTW6-91" parent="1" style="text;html=1;whiteSpace=wrap;strokeColor=none;fillColor=none;align=center;verticalAlign=middle;rounded=0;" value="每个策略集是一棵决策树，除放过策略情形，树中所有的策略都会串行执行" vertex="1">
+           <mxGeometry height="30" width="160" x="50" y="490" as="geometry" />
+         </mxCell>
+         <mxCell id="rwJ8rHHhlLM3E3MmbTW6-92" parent="1" style="text;html=1;whiteSpace=wrap;strokeColor=none;fillColor=none;align=center;verticalAlign=middle;rounded=0;" value="决策树结果" vertex="1">
+           <mxGeometry height="30" width="65" x="285" y="120" as="geometry" />
+         </mxCell>
      </root>
    </mxGraphModel>
  </diagram>
</mxfile>
